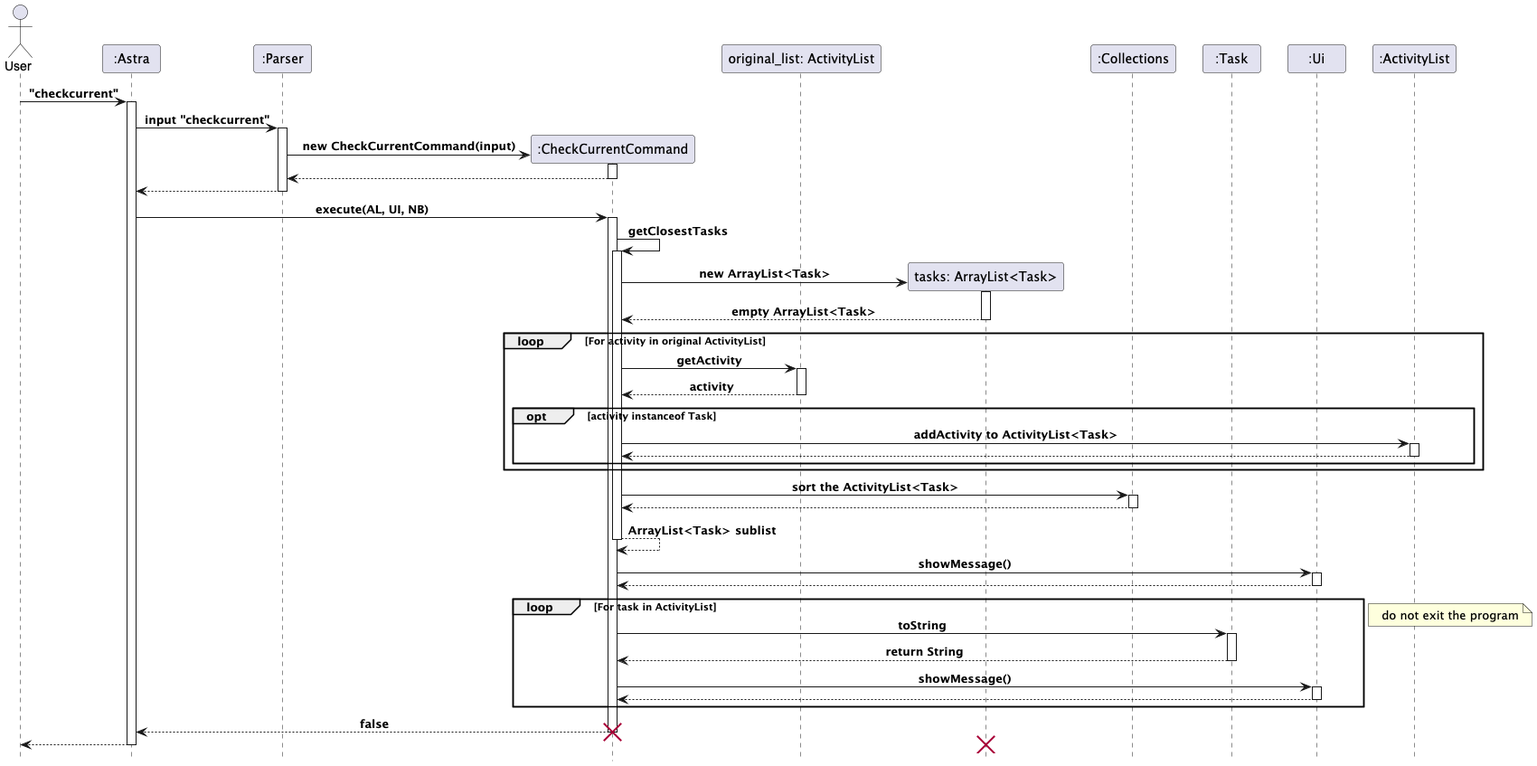
The PlantUML diagram docs/images/CheckCurrent_sequence.png in Kennahh/tp, before a commit.
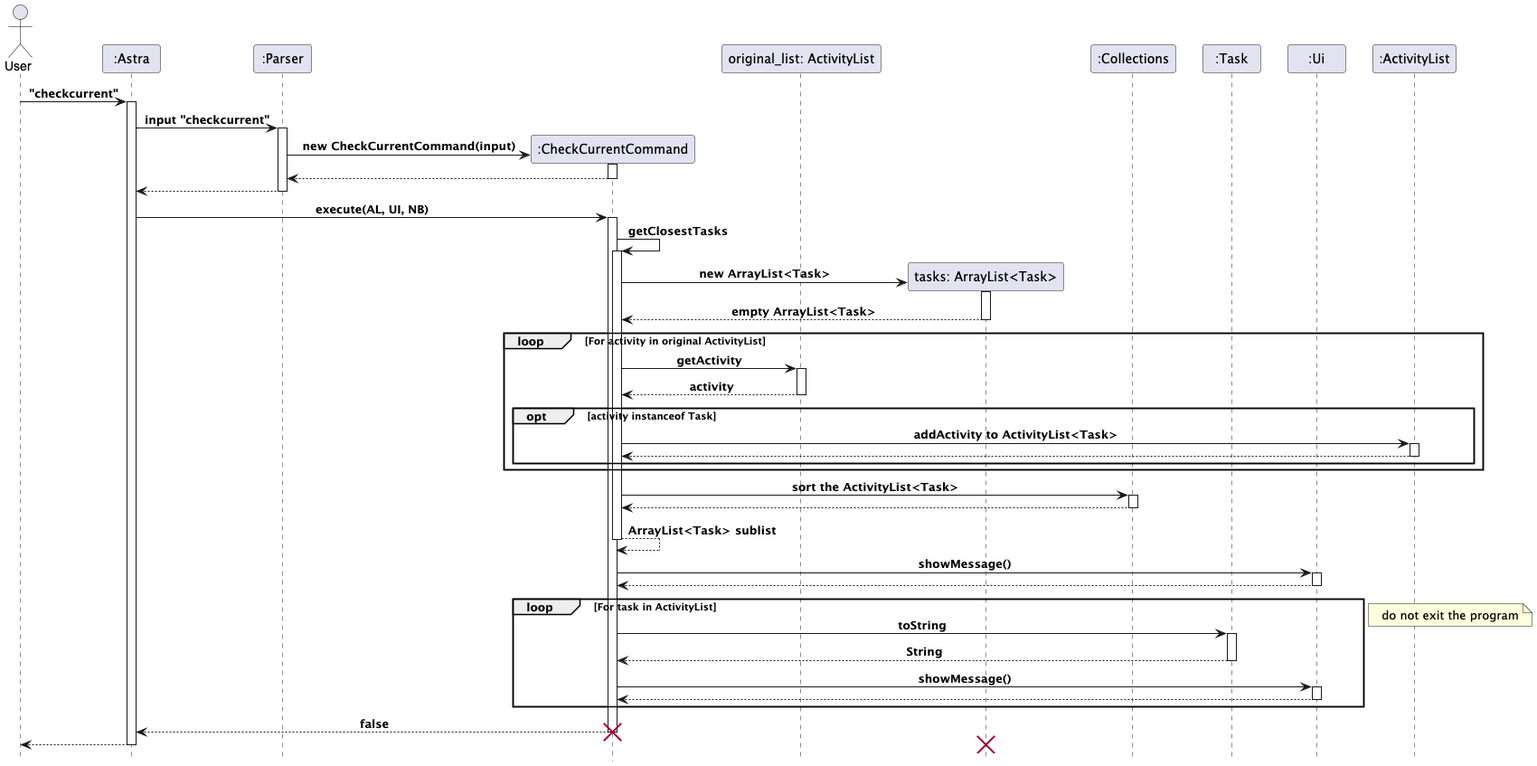
Later version of the same file.

Diff of the diagram source:
```diff
@@ -58,7 +58,7 @@
 loop For task in ActivityList
     CheckCurrentCommand -> Task: toString
     activate Task
-    Task --> CheckCurrentCommand: return String
+    Task --> CheckCurrentCommand: String
     deactivate Task
     CheckCurrentCommand -> Ui: showMessage()
     activate Ui
```
